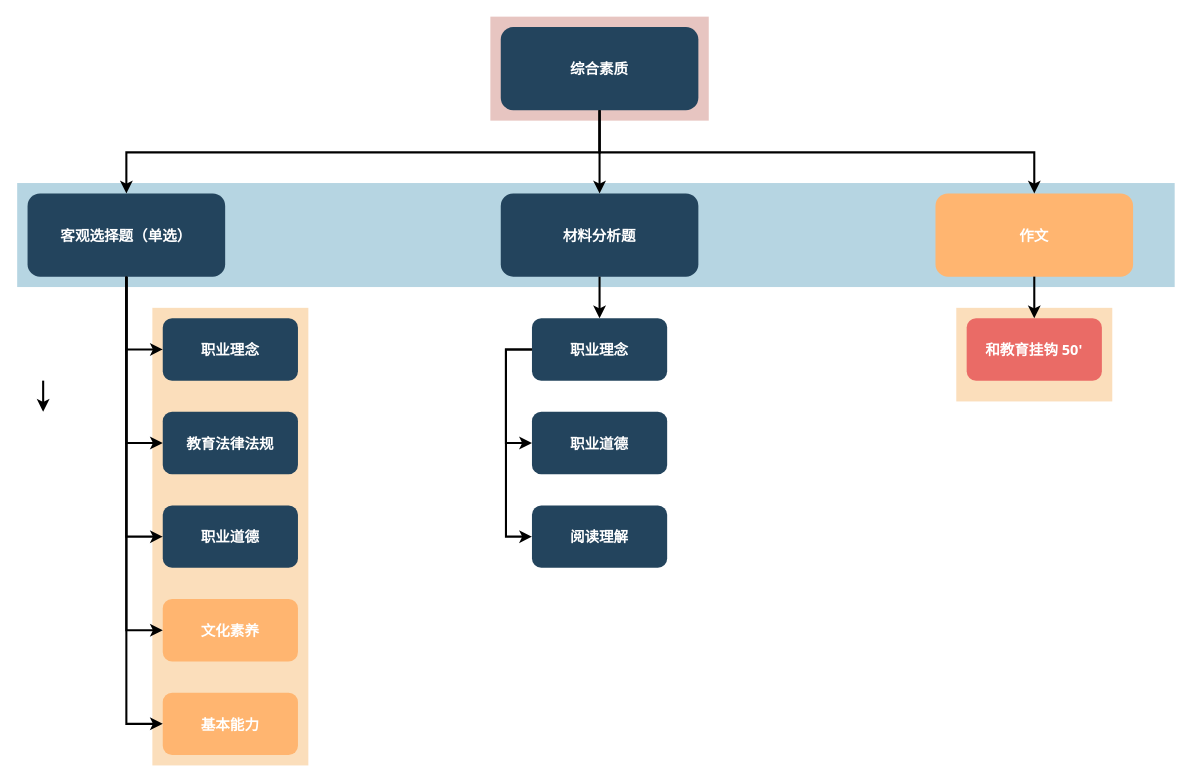
cola1998/CSDN- keeps this draw.io diagram as 未命名绘图.drawio. Above is the earlier version. Source tidied: cells renumbered, new cells numbered last; positions are measured from the earlier drawing's top-left corner, leaving out a move shared by most shapes. Both pictures are drawn from the tidied source at 104%, with x=0, y=0 at pixel (17, 17).
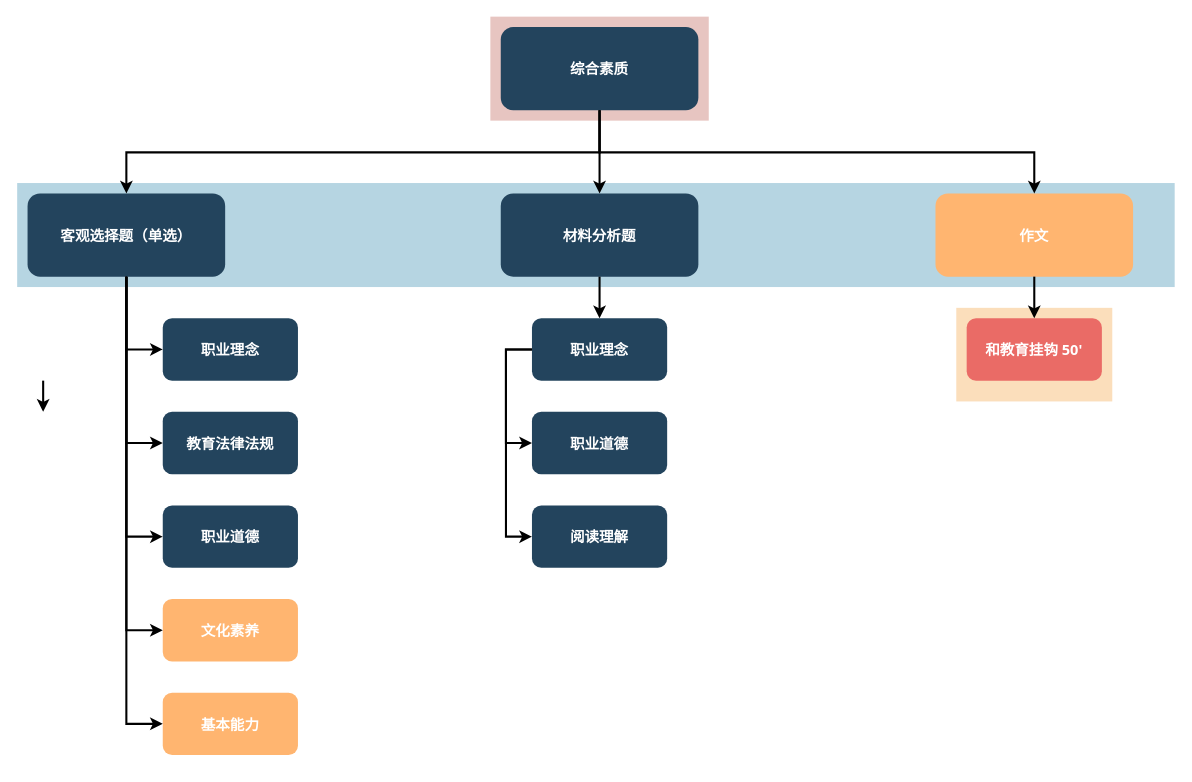
The same diagram, later.

Commit message (it also covers changes not shown here):
更新未命名绘图.drawio

Change to the diagram source:
```diff
@@
-    <mxCell id="5" style="fillColor=#F2931E;strokeColor=none;opacity=30;" parent="1" vertex="1">
-      <mxGeometry x="130" y="279.5" width="150" height="440" as="geometry" />
-    </mxCell>
```
